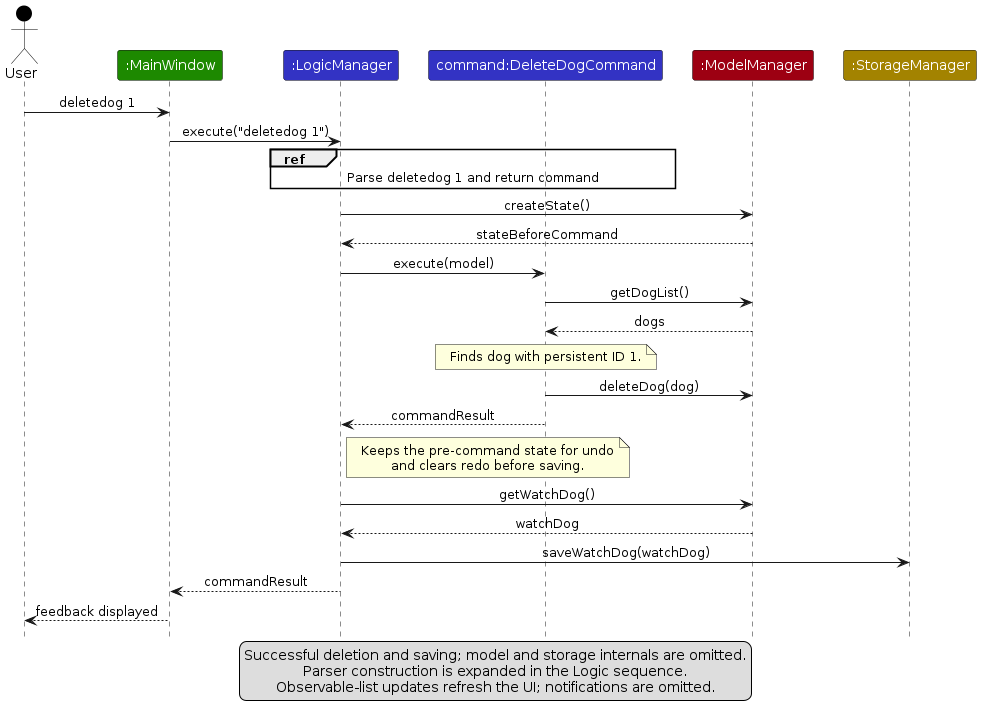
Earlier version of the PlantUML export diagrams/ArchitectureSequenceDiagram.png (AY2627S1-CS2103T-T15-4/tp). Its source is kept beside it as diagrams/ArchitectureSequenceDiagram.puml.
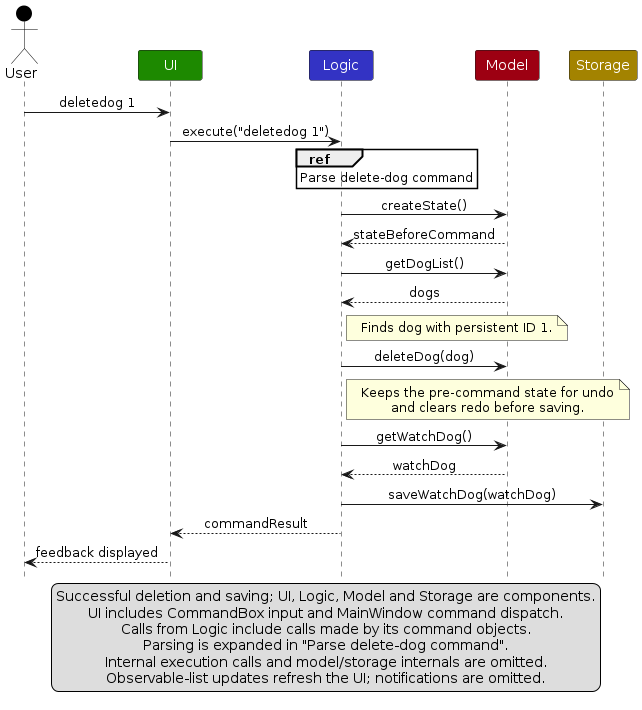
Later version of the same file.

The edit, as a diff of the source:
```diff
@@ -5,27 +5,24 @@
 skinparam maxMessageSize 180
 
 actor User USER_COLOR
-participant ":MainWindow" as UI UI_COLOR
-participant ":LogicManager" as Logic LOGIC_COLOR
-participant "command:DeleteDogCommand" as Command LOGIC_COLOR
-participant ":ModelManager" as Model MODEL_COLOR
-participant ":StorageManager" as Storage STORAGE_COLOR
+participant "UI" as UI UI_COLOR
+participant "Logic" as Logic LOGIC_COLOR
+participant "Model" as Model MODEL_COLOR
+participant "Storage" as Storage STORAGE_COLOR
 
 User -> UI : deletedog 1
 UI -> Logic : execute("deletedog 1")
-ref over Logic, Command
-  Parse deletedog 1 and return command
+ref over Logic
+  Parse delete-dog command
 end ref
 Logic -> Model : createState()
 Model --> Logic : stateBeforeCommand
-Logic -> Command : execute(model)
-Command -> Model : getDogList()
-Model --> Command : dogs
-note over Command
+Logic -> Model : getDogList()
+Model --> Logic : dogs
+note right of Logic
   Finds dog with persistent ID 1.
 end note
-Command -> Model : deleteDog(dog)
-Command --> Logic : commandResult
+Logic -> Model : deleteDog(dog)
 note right of Logic
   Keeps the pre-command state for undo
   and clears redo before saving.
@@ -37,8 +34,11 @@
 UI --> User : feedback displayed
 
 legend bottom
-  Successful deletion and saving; model and storage internals are omitted.
-  Parser construction is expanded in the Logic sequence.
+  Successful deletion and saving; UI, Logic, Model and Storage are components.
+  UI includes CommandBox input and MainWindow command dispatch.
+  Calls from Logic include calls made by its command objects.
+  Parsing is expanded in "Parse delete-dog command".
+  Internal execution calls and model/storage internals are omitted.
   Observable-list updates refresh the UI; notifications are omitted.
 endlegend
 @enduml
```
